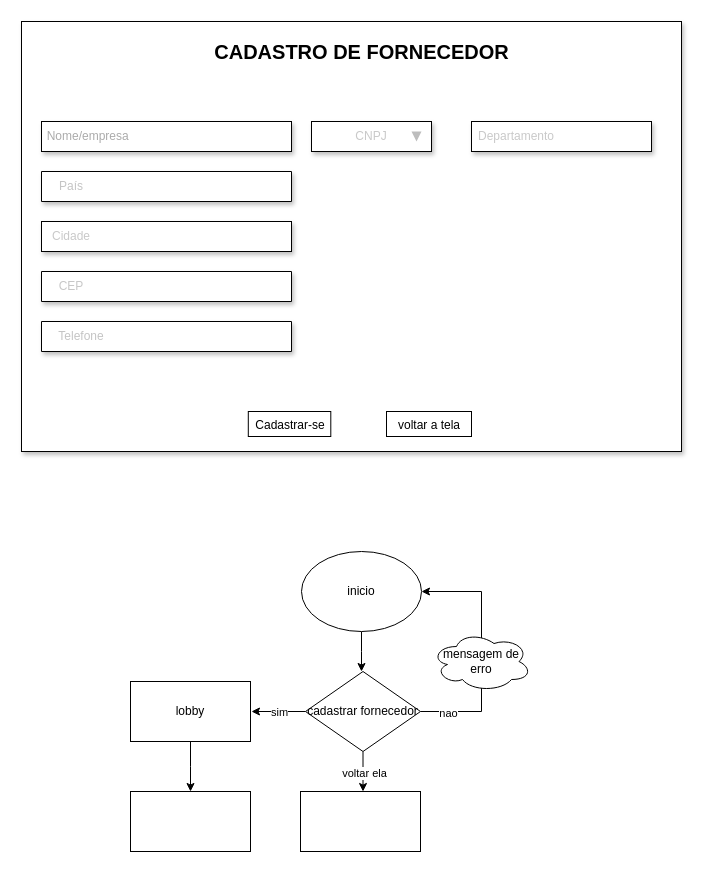
This is DOC/layout.drawio from lucasmathiasbelini/projeto3, a draw.io file, before an edit. Source tidied: cells renumbered, new cells numbered last; positions are measured from the earlier drawing's top-left corner, leaving out a move shared by most shapes. Both pictures are drawn from the tidied source at 100%, with x=0, y=0 at pixel (21, 21).
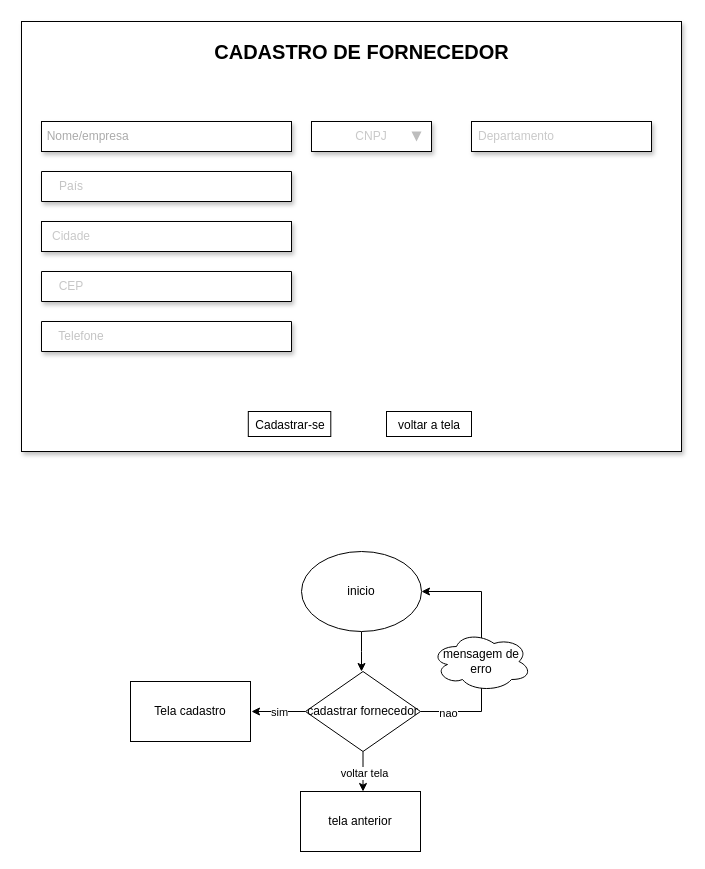
After the change.

Unchanged cells that the change refers to:
```xml
<mxCell id="29" style="edgeStyle=orthogonalEdgeStyle;rounded=0;jettySize=auto;html=1;" parent="1" edge="1" source="31">
  <mxGeometry relative="1" as="geometry">
    <mxPoint x="341.5" y="770" as="targetPoint" />
  </mxGeometry>
</mxCell>
```

The edit, as a diff of the source:
```diff
@@
-    <mxCell id="24" style="edgeStyle=orthogonalEdgeStyle;rounded=0;jettySize=auto;html=1;" parent="1" edge="1" source="25">
-      <mxGeometry relative="1" as="geometry">
-        <mxPoint x="169" y="770" as="targetPoint" />
-      </mxGeometry>
-    </mxCell>
-    <mxCell id="25" value="lobby" style="rounded=0;whiteSpace=wrap;html=1;" parent="1" vertex="1">
+    <mxCell id="25" value="Tela cadastro" style="rounded=0;whiteSpace=wrap;html=1;" parent="1" vertex="1">
       <mxGeometry x="109" y="660" width="120" height="60" as="geometry" />
     </mxCell>
-    <mxCell id="26" style="rounded=0;whiteSpace=wrap;html=1;" parent="1" vertex="1">
-      <mxGeometry x="109" y="770" width="120" height="60" as="geometry" />
-    </mxCell>
@@
-    <mxCell id="30" value="voltar ela" style="edgeLabel;html=1;align=center;verticalAlign=middle;" parent="29" vertex="1">
+    <mxCell id="30" value="voltar tela" style="edgeLabel;html=1;align=center;verticalAlign=middle;" parent="29" vertex="1">
       <mxGeometry x="0.11" y="1" relative="1" as="geometry" />
     </mxCell>
@@
-    <mxCell id="33" style="rounded=0;whiteSpace=wrap;html=1;" parent="1" vertex="1">
+    <mxCell id="33" value="tela anterior" style="rounded=0;whiteSpace=wrap;html=1;" parent="1" vertex="1">
       <mxGeometry x="279" y="770" width="120" height="60" as="geometry" />
     </mxCell>
```
